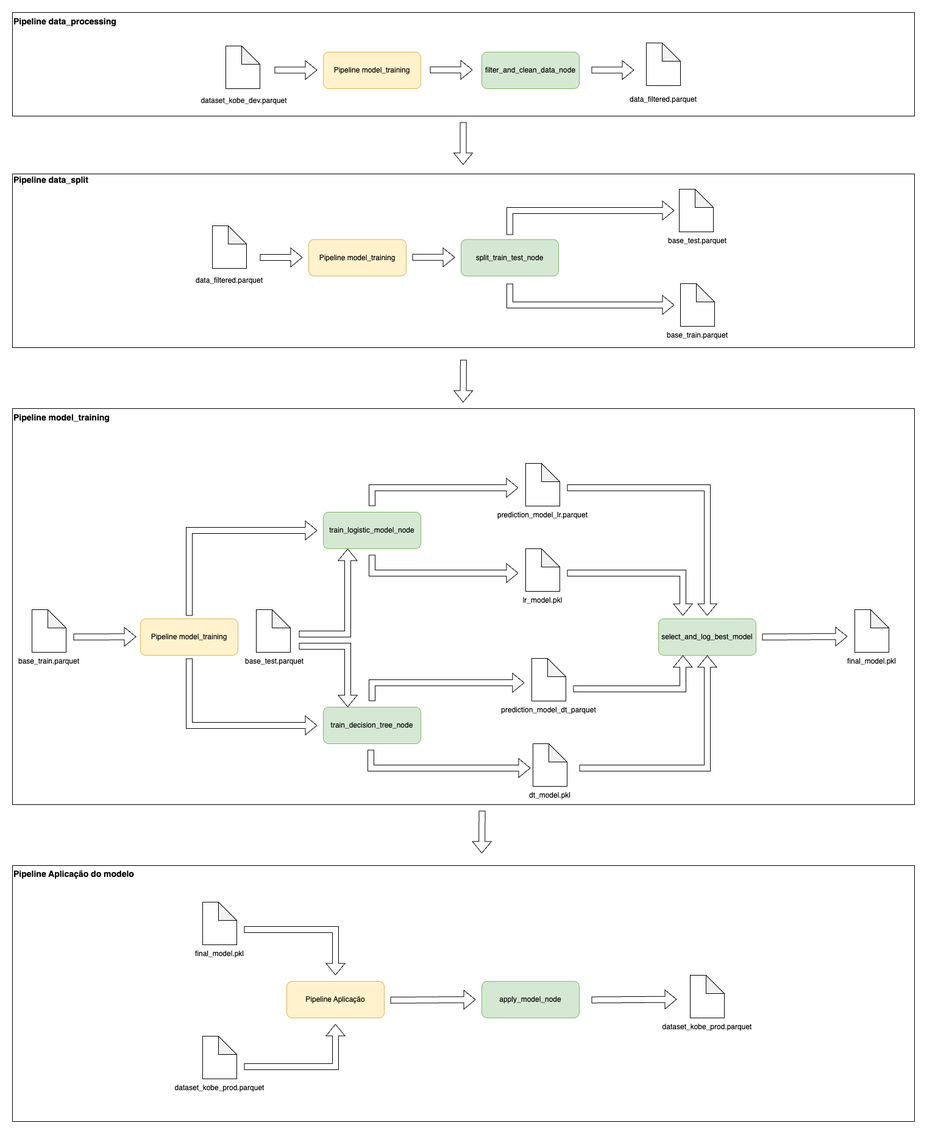
This is docs/kobe_diagram.png from herbertins/kobe-shot-prediction-ml, a draw.io export, as it was before one commit. Source tidied: cells renumbered, new cells last; positions are measured from the earlier drawing's top-left corner, leaving out a move shared by most shapes.
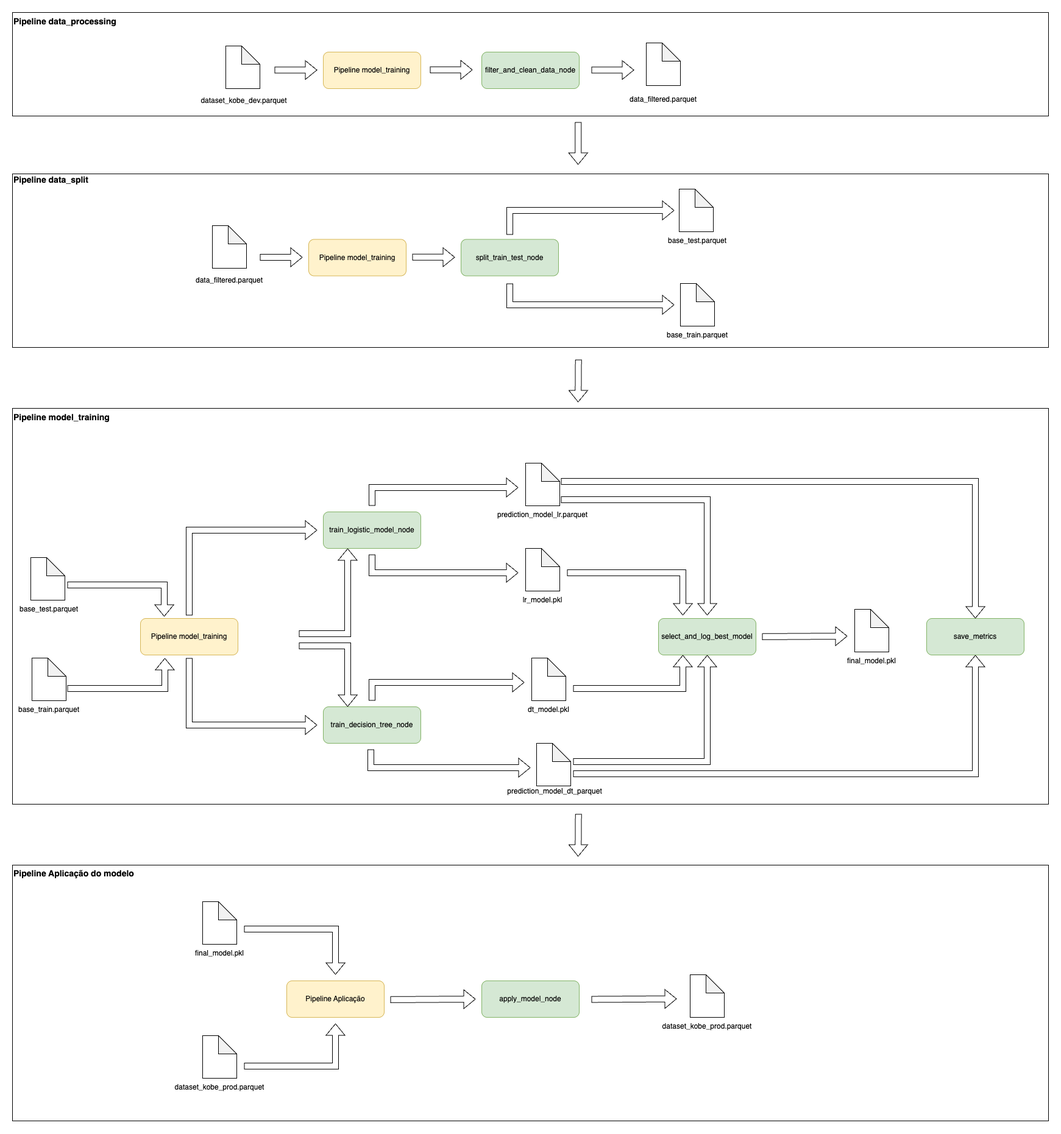
The same diagram one commit later.

Change to the diagram source:
```diff
@@ -3,13 +3,13 @@
     <mxCell id="0" />
     <mxCell id="1" parent="0" />
     <mxCell id="2" style="rounded=0;whiteSpace=wrap;html=1;" parent="1" vertex="1">
-      <mxGeometry y="265" width="1480" height="285" as="geometry" />
+      <mxGeometry y="265" width="1700" height="285" as="geometry" />
     </mxCell>
     <mxCell id="3" style="rounded=0;whiteSpace=wrap;html=1;" parent="1" vertex="1">
-      <mxGeometry y="1400" width="1480" height="420" as="geometry" />
+      <mxGeometry y="1400" width="1700" height="420" as="geometry" />
     </mxCell>
     <mxCell id="4" style="rounded=0;whiteSpace=wrap;html=1;" parent="1" vertex="1">
-      <mxGeometry width="1480" height="170" as="geometry" />
+      <mxGeometry width="1700" height="170" as="geometry" />
     </mxCell>
     <mxCell id="5" style="shape=flexArrow;endArrow=classic;html=1;rounded=0;" parent="1" edge="1">
       <mxGeometry relative="1" as="geometry">
@@ -28,8 +28,8 @@
     </mxCell>
     <mxCell id="8" style="shape=flexArrow;endArrow=classic;html=1;rounded=0;" parent="1" edge="1">
       <mxGeometry relative="1" as="geometry">
-        <mxPoint x="739.4" y="180" as="sourcePoint" />
-        <mxPoint x="739.4" y="250" as="targetPoint" />
+        <mxPoint x="928.2" y="180" as="sourcePoint" />
+        <mxPoint x="928.2" y="250" as="targetPoint" />
       </mxGeometry>
     </mxCell>
     <mxCell id="9" style="group;" parent="1" vertex="1">
@@ -94,18 +94,18 @@
     </mxCell>
     <mxCell id="28" style="shape=flexArrow;endArrow=classic;html=1;rounded=0;" parent="1" edge="1">
       <mxGeometry relative="1" as="geometry">
-        <mxPoint x="739.9" y="570" as="sourcePoint" />
-        <mxPoint x="739.4" y="640" as="targetPoint" />
+        <mxPoint x="928.7" y="570" as="sourcePoint" />
+        <mxPoint x="928.2" y="640" as="targetPoint" />
       </mxGeometry>
     </mxCell>
     <mxCell id="29" style="rounded=0;whiteSpace=wrap;html=1;" parent="1" vertex="1">
-      <mxGeometry y="650" width="1480" height="650" as="geometry" />
+      <mxGeometry y="650" width="1700" height="650" as="geometry" />
     </mxCell>
     <mxCell id="30" value="Pipeline model_training" style="text;html=1;align=left;verticalAlign=middle;whiteSpace=wrap;rounded=0;fontSize=14;fontStyle=1;" parent="1" vertex="1">
       <mxGeometry y="650" width="220" height="30" as="geometry" />
     </mxCell>
     <mxCell id="31" style="group;" parent="1" vertex="1">
-      <mxGeometry x="400" y="980" width="60" height="100" as="geometry" />
+      <mxGeometry x="30" y="895" width="60" height="100" as="geometry" />
     </mxCell>
     <mxCell id="32" style="shape=note;whiteSpace=wrap;html=1;backgroundOutline=1;darkOpacity=0.05;" parent="31" vertex="1">
       <mxGeometry width="56" height="70" as="geometry" />
@@ -114,7 +114,7 @@
       <mxGeometry y="70" width="60" height="30" as="geometry" />
     </mxCell>
     <mxCell id="34" style="group;" parent="1" vertex="1">
-      <mxGeometry x="30" y="980" width="60" height="100" as="geometry" />
+      <mxGeometry x="30" y="1060" width="60" height="100" as="geometry" />
     </mxCell>
     <mxCell id="35" style="shape=note;whiteSpace=wrap;html=1;backgroundOutline=1;darkOpacity=0.05;" parent="34" vertex="1">
       <mxGeometry x="2" width="56" height="70" as="geometry" />
@@ -200,7 +200,7 @@
       </mxGeometry>
     </mxCell>
     <mxCell id="52" style="group;" parent="1" vertex="1">
-      <mxGeometry x="852" y="1200" width="60" height="100" as="geometry" />
+      <mxGeometry x="850" y="1060" width="60" height="100" as="geometry" />
     </mxCell>
     <mxCell id="53" style="shape=note;whiteSpace=wrap;html=1;backgroundOutline=1;darkOpacity=0.05;" parent="52" vertex="1">
       <mxGeometry x="2" width="56" height="70" as="geometry" />
@@ -235,16 +235,19 @@
     </mxCell>
     <mxCell id="58" style="shape=flexArrow;endArrow=classic;html=1;rounded=0;entryX=0.5;entryY=1;entryDx=0;entryDy=0;" parent="1" edge="1" target="42">
       <mxGeometry relative="1" as="geometry">
-        <mxPoint x="930" y="1240" as="sourcePoint" />
+        <mxPoint x="920" y="1230" as="sourcePoint" />
         <Array as="points">
-          <mxPoint x="1140" y="1240" />
+          <mxPoint x="1140" y="1230" />
         </Array>
       </mxGeometry>
     </mxCell>
     <mxCell id="59" style="shape=flexArrow;endArrow=classic;html=1;rounded=0;" parent="1" edge="1">
       <mxGeometry relative="1" as="geometry">
-        <mxPoint x="100" y="1024.9" as="sourcePoint" />
-        <mxPoint x="203" y="1024.4" as="targetPoint" />
+        <mxPoint x="90" y="1110" as="sourcePoint" />
+        <mxPoint x="250" y="1060" as="targetPoint" />
+        <Array as="points">
+          <mxPoint x="250" y="1110" />
+        </Array>
       </mxGeometry>
     </mxCell>
     <mxCell id="60" style="shape=flexArrow;endArrow=classic;html=1;rounded=0;entryX=0.25;entryY=1;entryDx=0;entryDy=0;" parent="1" edge="1" target="38">
@@ -257,10 +260,11 @@
     </mxCell>
     <mxCell id="61" style="shape=flexArrow;endArrow=classic;html=1;rounded=0;" parent="1" edge="1">
       <mxGeometry relative="1" as="geometry">
-        <mxPoint x="910" y="780" as="sourcePoint" />
+        <mxPoint x="900" y="800" as="sourcePoint" />
         <mxPoint x="1140" y="990" as="targetPoint" />
         <Array as="points">
-          <mxPoint x="1140" y="780" />
+          <mxPoint x="1030" y="800" />
+          <mxPoint x="1140" y="800" />
         </Array>
       </mxGeometry>
     </mxCell>
@@ -273,10 +277,10 @@
       </mxGeometry>
     </mxCell>
     <mxCell id="63" style="shape=note;whiteSpace=wrap;html=1;backgroundOutline=1;darkOpacity=0.05;" parent="1" vertex="1">
-      <mxGeometry x="852" y="1060" width="56" height="70" as="geometry" />
+      <mxGeometry x="860" y="1200" width="56" height="70" as="geometry" />
     </mxCell>
     <mxCell id="64" value="prediction_model_dt_parquet" style="text;html=1;align=center;verticalAlign=middle;whiteSpace=wrap;rounded=0;" parent="1" vertex="1">
-      <mxGeometry x="850" y="1130" width="60" height="30" as="geometry" />
+      <mxGeometry x="860" y="1264" width="60" height="30" as="geometry" />
     </mxCell>
     <mxCell id="65" style="shape=note;whiteSpace=wrap;html=1;backgroundOutline=1;darkOpacity=0.05;" parent="1" vertex="1">
       <mxGeometry x="842" y="740" width="56" height="70" as="geometry" />
@@ -360,8 +364,8 @@
     </mxCell>
     <mxCell id="84" style="shape=flexArrow;endArrow=classic;html=1;rounded=0;" parent="1" edge="1">
       <mxGeometry relative="1" as="geometry">
-        <mxPoint x="770.5" y="1310" as="sourcePoint" />
-        <mxPoint x="770" y="1380" as="targetPoint" />
+        <mxPoint x="928.7" y="1316" as="sourcePoint" />
+        <mxPoint x="928.2" y="1386" as="targetPoint" />
       </mxGeometry>
     </mxCell>
     <mxCell id="85" value="Pipeline model_training" style="rounded=1;whiteSpace=wrap;html=1;fillColor=#fff2cc;strokeColor=#d6b656;" parent="1" vertex="1">
@@ -400,5 +404,33 @@
         <mxPoint x="755" y="94.2" as="targetPoint" />
       </mxGeometry>
     </mxCell>
+    <mxCell id="91" value="save_metrics" style="rounded=1;whiteSpace=wrap;html=1;fillColor=#d5e8d4;strokeColor=#82b366;" parent="1" vertex="1">
+      <mxGeometry x="1500" y="995" width="160" height="60" as="geometry" />
+    </mxCell>
+    <mxCell id="92" style="shape=flexArrow;endArrow=classic;html=1;rounded=0;entryX=0.5;entryY=0;entryDx=0;entryDy=0;" parent="1" edge="1" target="91">
+      <mxGeometry relative="1" as="geometry">
+        <mxPoint x="900" y="770" as="sourcePoint" />
+        <Array as="points">
+          <mxPoint x="1580" y="770" />
+        </Array>
+      </mxGeometry>
+    </mxCell>
+    <mxCell id="93" style="shape=flexArrow;endArrow=classic;html=1;rounded=0;entryX=0.5;entryY=1;entryDx=0;entryDy=0;" parent="1" edge="1" target="91">
+      <mxGeometry relative="1" as="geometry">
+        <mxPoint x="920" y="1250" as="sourcePoint" />
+        <Array as="points">
+          <mxPoint x="1580" y="1250" />
+        </Array>
+      </mxGeometry>
+    </mxCell>
+    <mxCell id="94" style="shape=flexArrow;endArrow=classic;html=1;rounded=0;" parent="1" edge="1">
+      <mxGeometry relative="1" as="geometry">
+        <mxPoint x="90" y="940" as="sourcePoint" />
+        <mxPoint x="249" y="992" as="targetPoint" />
+        <Array as="points">
+          <mxPoint x="249" y="940" />
+        </Array>
+      </mxGeometry>
+    </mxCell>
   </root>
 </mxGraphModel>
```
